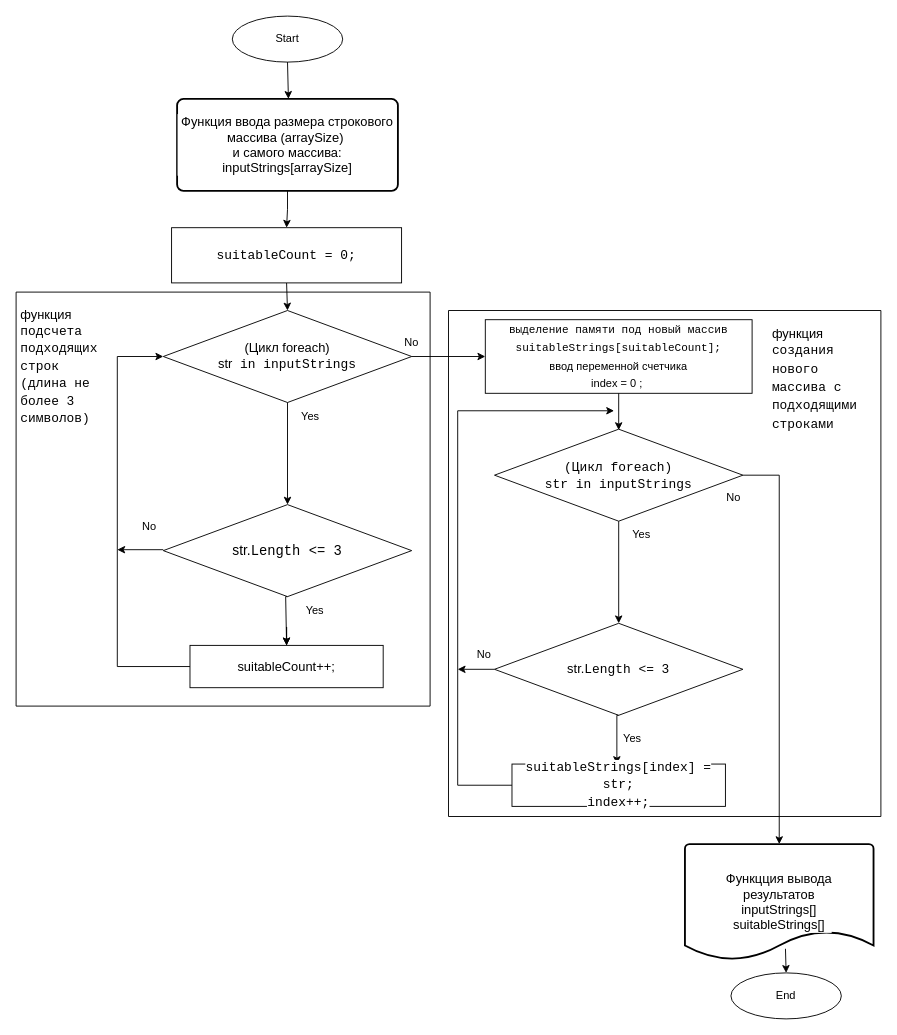
Above: Diagram.drawio in AleksandrinaPar/Control_task (draw.io), before the change. Source tidied: cells renumbered, new cells numbered last; positions are measured from the earlier drawing's top-left corner, leaving out a move shared by most shapes. Both pictures are drawn from the tidied source at 92%, with x=0, y=0 at pixel (16, 16).
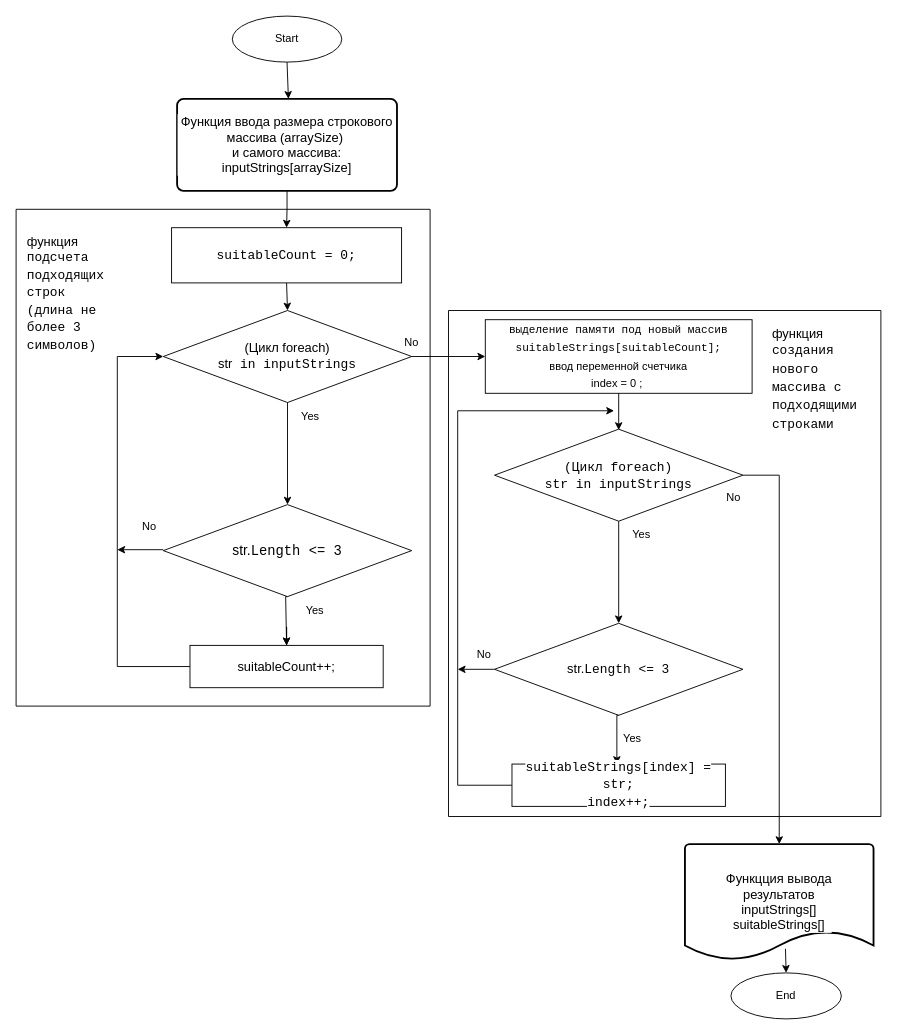
After the change.

Commit message (it also covers changes not shown here):
правка блок-схемы

Unchanged cells that the change refers to:
```xml
<mxCell id="11" value="&lt;div style=&quot;font-family: Consolas, &amp;quot;Courier New&amp;quot;, monospace; font-size: 14px; line-height: 19px;&quot;&gt;&lt;span style=&quot;background-color: rgb(255, 255, 255);&quot;&gt;suitableCount = 0;&lt;/span&gt;&lt;/div&gt;" style="rounded=0;whiteSpace=wrap;html=1;" parent="1" vertex="1">
  <mxGeometry x="169" y="230" width="250" height="60" as="geometry" />
</mxCell>
```

What changed in the source:
```diff
@@
     <mxCell id="3" style="verticalLabelPosition=bottom;verticalAlign=top;html=1;shape=mxgraph.basic.rect;fillColor2=none;strokeWidth=1;size=20;indent=5;labelBackgroundColor=#FFFFFF;fontSize=14;fontColor=#000000;" parent="1" vertex="1">
-      <mxGeometry y="300" width="450" height="450" as="geometry" />
+      <mxGeometry y="210" width="450" height="540" as="geometry" />
     </mxCell>
     <mxCell id="4" value="&lt;span style=&quot;background-color: rgb(255, 255, 255);&quot;&gt;функция&lt;br&gt;&lt;/span&gt;&lt;div style=&quot;font-family: Consolas, &amp;quot;Courier New&amp;quot;, monospace; line-height: 19px;&quot;&gt;&lt;span style=&quot;background-color: rgb(255, 255, 255);&quot;&gt;подсчета подходящих строк (длина не более 3 символов)&lt;/span&gt;&lt;/div&gt;" style="text;whiteSpace=wrap;html=1;fontSize=14;fontColor=#000000;" parent="1" vertex="1">
-      <mxGeometry x="3" y="310" width="77" height="40" as="geometry" />
+      <mxGeometry x="10" y="230" width="77" height="40" as="geometry" />
     </mxCell>
@@
     <mxCell id="6" style="ellipse;whiteSpace=wrap;html=1;" parent="1" vertex="1">
-      <mxGeometry x="235" width="120" height="50" as="geometry" />
+      <mxGeometry x="235" width="119" height="50" as="geometry" />
     </mxCell>
     <mxCell id="7" value="Start" style="text;html=1;strokeColor=none;fillColor=none;align=center;verticalAlign=middle;whiteSpace=wrap;rounded=0;" parent="1" vertex="1">
-      <mxGeometry x="265" y="10" width="60" height="30" as="geometry" />
+      <mxGeometry x="265" y="10" width="59" height="30" as="geometry" />
     </mxCell>
@@
-    <mxCell id="26" style="edgeStyle=orthogonalEdgeStyle;rounded=0;jettySize=auto;html=1;exitX=0.5;exitY=1;exitDx=0;exitDy=0;" parent="1" edge="1" source="27">
-      <mxGeometry relative="1" as="geometry">
-        <mxPoint x="294" y="230" as="targetPoint" />
-      </mxGeometry>
+    <mxCell id="26" style="edgeStyle=orthogonalEdgeStyle;rounded=0;jettySize=auto;html=1;exitX=0.5;exitY=1;exitDx=0;exitDy=0;entryX=0.5;entryY=0;entryDx=0;entryDy=0;" parent="1" edge="1" source="27" target="11">
+      <mxGeometry relative="1" as="geometry" />
     </mxCell>
     <mxCell id="27" value="&lt;div style=&quot;font-size: 14px;&quot;&gt;&lt;font style=&quot;font-size: 14px;&quot;&gt;Функция ввода размера строкового массива&amp;nbsp;&lt;/font&gt;(arraySize)&amp;nbsp;&lt;/div&gt;&lt;div style=&quot;font-size: 14px;&quot;&gt;и самого массива:&lt;/div&gt;&lt;div style=&quot;font-size: 14px;&quot;&gt;&lt;font style=&quot;font-size: 14px;&quot;&gt;inputStrings[arraySize&lt;/font&gt;]&lt;/div&gt;" style="rounded=1;whiteSpace=wrap;html=1;absoluteArcSize=1;arcSize=14;strokeWidth=2;labelBackgroundColor=default;" parent="1" vertex="1">
-      <mxGeometry x="175" y="90" width="240" height="100" as="geometry" />
+      <mxGeometry x="175" y="90" width="239" height="100" as="geometry" />
     </mxCell>
```
